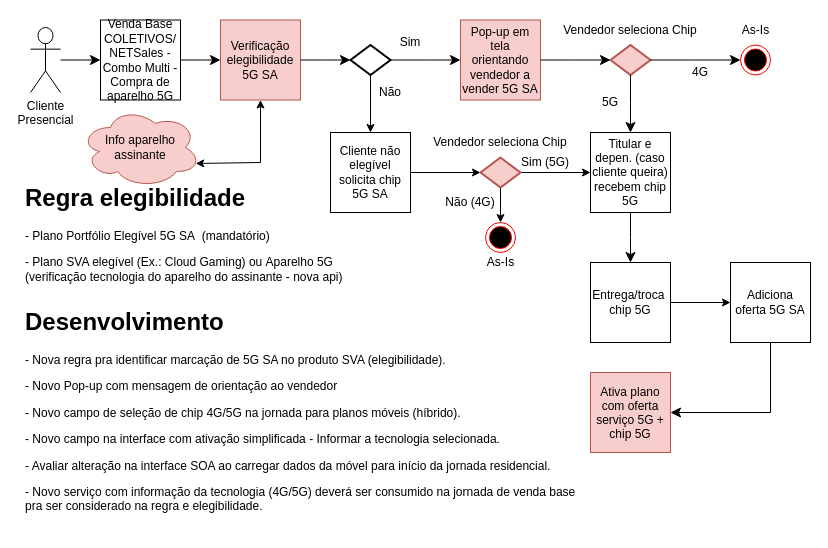
This is page "Venda Base NETSales" (5 of 6) of 5GSA.drawio from samirali/ClaroBrasil, a draw.io file, before an edit. Source tidied: cells renumbered, new cells numbered last; positions are measured from the earlier drawing's top-left corner, leaving out a move shared by most shapes. Both pictures are drawn from the tidied source at 100%, with x=0, y=0 at pixel (20, 20).
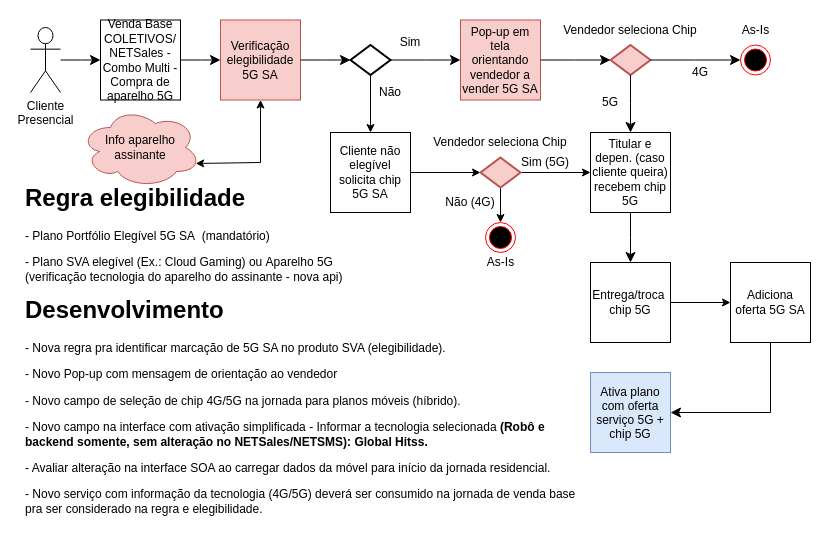
The same page after the edit.

Diff of the diagram source:
```diff
@@
-    <mxCell id="27" value="&lt;p style=&quot;line-height: normal; margin: 0pt 0in; text-indent: 0in; direction: ltr; unicode-bidi: embed; word-break: normal;&quot;&gt;Ativa plano com oferta serviço 5G + chip 5G&lt;/p&gt;" style="whiteSpace=wrap;html=1;fillColor=#f8cecc;strokeColor=#b85450;" parent="1" vertex="1">
+    <mxCell id="27" value="&lt;p style=&quot;line-height: normal; margin: 0pt 0in; text-indent: 0in; direction: ltr; unicode-bidi: embed; word-break: normal;&quot;&gt;Ativa plano com oferta serviço 5G + chip 5G&lt;/p&gt;" style="whiteSpace=wrap;html=1;fillColor=#dae8fc;strokeColor=#6c8ebf;" parent="1" vertex="1">
       <mxGeometry x="570" y="352" width="80" height="80" as="geometry" />
     </mxCell>
@@
-    <mxCell id="43" value="&lt;h1&gt;Desenvolvimento&lt;/h1&gt;&lt;p&gt;- Nova regra pra identificar marcação de 5G SA no produto SVA (elegibilidade).&lt;/p&gt;&lt;p&gt;- Novo Pop-up com mensagem de orientação ao vendedor&lt;/p&gt;&lt;p&gt;- Novo campo de seleção de chip 4G/5G na jornada para planos móveis (híbrido).&lt;/p&gt;&lt;p style=&quot;border-color: var(--border-color);&quot;&gt;- Novo campo na interface com ativação simplificada - Informar a tecnologia selecionada.&lt;/p&gt;&lt;p style=&quot;border-color: var(--border-color);&quot;&gt;- Avaliar alteração na interface SOA ao carregar dados da móvel para início da jornada residencial.&lt;/p&gt;&lt;p style=&quot;border-color: var(--border-color);&quot;&gt;- Novo serviço com informação da tecnologia (4G/5G) deverá ser consumido na jornada de venda base pra ser considerado na regra e elegibilidade.&lt;/p&gt;&lt;p&gt;&lt;br&gt;&lt;/p&gt;&lt;div&gt;&lt;br&gt;&lt;/div&gt;" style="text;html=1;strokeColor=none;fillColor=none;spacing=5;spacingTop=-20;whiteSpace=wrap;overflow=hidden;rounded=0;" parent="1" vertex="1">
-      <mxGeometry y="282" width="560" height="220" as="geometry" />
+    <mxCell id="43" value="&lt;h1&gt;Desenvolvimento&lt;/h1&gt;&lt;p&gt;- Nova regra pra identificar marcação de 5G SA no produto SVA (elegibilidade).&lt;/p&gt;&lt;p&gt;- Novo Pop-up com mensagem de orientação ao vendedor&lt;/p&gt;&lt;p&gt;- Novo campo de seleção de chip 4G/5G na jornada para planos móveis (híbrido).&lt;/p&gt;&lt;p style=&quot;border-color: var(--border-color);&quot;&gt;- Novo campo na interface com ativação simplificada - Informar a tecnologia selecionada&lt;b style=&quot;border-color: var(--border-color);&quot;&gt;&amp;nbsp;(Robô e backend somente, sem alteração no NETSales/NETSMS): Global Hitss.&lt;/b&gt;&lt;br&gt;&lt;/p&gt;&lt;p style=&quot;border-color: var(--border-color);&quot;&gt;- Avaliar alteração na interface SOA ao carregar dados da móvel para início da jornada residencial.&lt;/p&gt;&lt;p style=&quot;border-color: var(--border-color);&quot;&gt;- Novo serviço com informação da tecnologia (4G/5G) deverá ser consumido na jornada de venda base pra ser considerado na regra e elegibilidade.&lt;/p&gt;&lt;p&gt;&lt;br&gt;&lt;/p&gt;&lt;div&gt;&lt;br&gt;&lt;/div&gt;" style="text;html=1;strokeColor=none;fillColor=none;spacing=5;spacingTop=-20;whiteSpace=wrap;overflow=hidden;rounded=0;" parent="1" vertex="1">
+      <mxGeometry y="270" width="560" height="240" as="geometry" />
     </mxCell>
```
